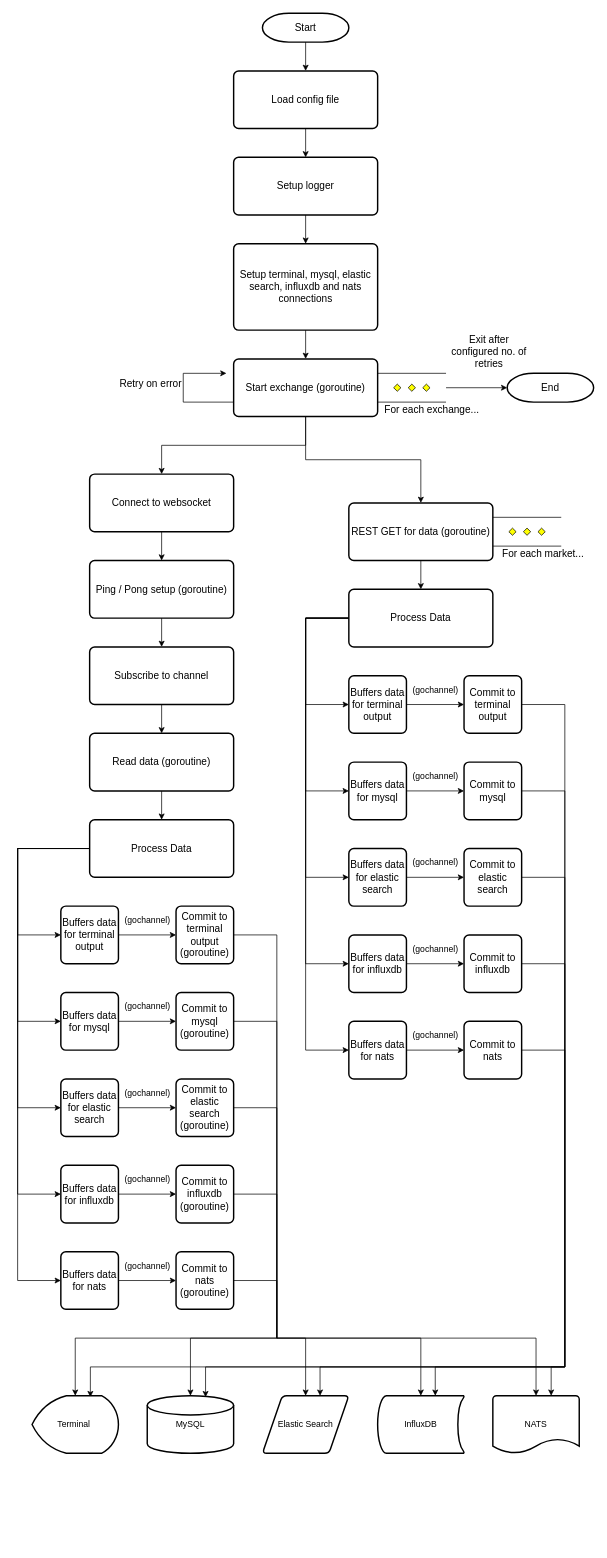
Before: docs/architecture.drawio in ismakov-dh/cryptogalaxy, a draw.io diagram. Source tidied: cells renumbered, new cells numbered last; positions are measured from the earlier drawing's top-left corner, leaving out a move shared by most shapes. Both pictures are drawn from the tidied source at 72%, with x=0, y=0 at pixel (17, 13).
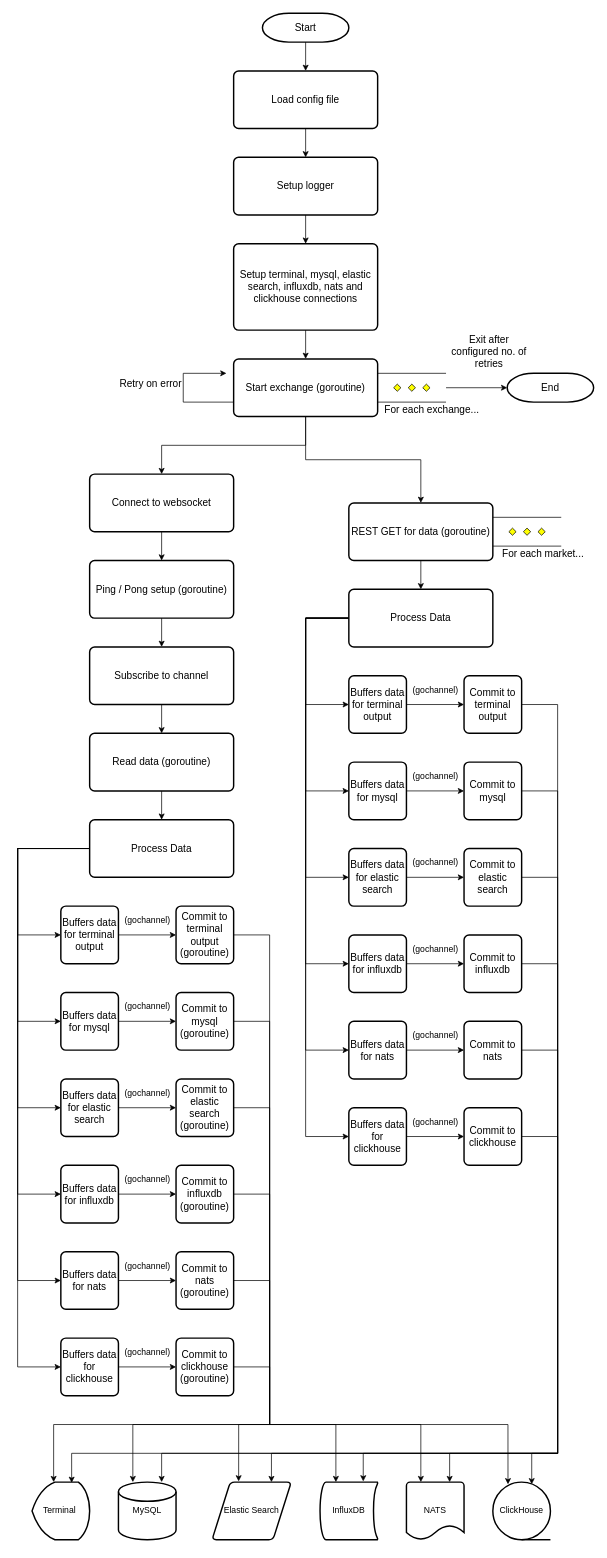
After the change.

The change refers to these unchanged cells:
```xml
<mxCell id="30" value="&lt;font style=&quot;font-size: 14px&quot;&gt;Process Data&lt;/font&gt;" style="rounded=1;whiteSpace=wrap;html=1;absoluteArcSize=1;arcSize=14;strokeWidth=2;" parent="1" vertex="1">
  <mxGeometry x="100" y="1120" width="200" height="80" as="geometry" />
</mxCell>
<mxCell id="44" value="&lt;font style=&quot;font-size: 14px&quot;&gt;Process Data&lt;/font&gt;" style="rounded=1;whiteSpace=wrap;html=1;absoluteArcSize=1;arcSize=14;strokeWidth=2;" parent="1" vertex="1">
  <mxGeometry x="460" y="800" width="200" height="80" as="geometry" />
</mxCell>
<mxCell id="58" value="&lt;font style=&quot;font-size: 14px&quot;&gt;Commit to terminal output (goroutine)&lt;/font&gt;" style="rounded=1;whiteSpace=wrap;html=1;absoluteArcSize=1;arcSize=14;strokeWidth=2;" parent="1" vertex="1">
  <mxGeometry x="220" y="1240" width="80" height="80" as="geometry" />
</mxCell>
<mxCell id="60" value="&lt;font style=&quot;font-size: 14px&quot;&gt;Commit to mysql (goroutine)&lt;/font&gt;" style="rounded=1;whiteSpace=wrap;html=1;absoluteArcSize=1;arcSize=14;strokeWidth=2;" parent="1" vertex="1">
  <mxGeometry x="220" y="1360" width="80" height="80" as="geometry" />
</mxCell>
<mxCell id="62" value="&lt;font style=&quot;font-size: 14px&quot;&gt;Commit to elastic search (goroutine)&lt;/font&gt;" style="rounded=1;whiteSpace=wrap;html=1;absoluteArcSize=1;arcSize=14;strokeWidth=2;" parent="1" vertex="1">
  <mxGeometry x="220" y="1480" width="80" height="80" as="geometry" />
</mxCell>
<mxCell id="64" value="&lt;font style=&quot;font-size: 14px&quot;&gt;Commit to terminal output&lt;/font&gt;" style="rounded=1;whiteSpace=wrap;html=1;absoluteArcSize=1;arcSize=14;strokeWidth=2;" parent="1" vertex="1">
  <mxGeometry x="620" y="920" width="80" height="80" as="geometry" />
</mxCell>
<mxCell id="66" value="&lt;font style=&quot;font-size: 14px&quot;&gt;Commit to mysql&lt;/font&gt;" style="rounded=1;whiteSpace=wrap;html=1;absoluteArcSize=1;arcSize=14;strokeWidth=2;" parent="1" vertex="1">
  <mxGeometry x="620" y="1040" width="80" height="80" as="geometry" />
</mxCell>
<mxCell id="68" value="&lt;font style=&quot;font-size: 14px&quot;&gt;Commit to elastic search&lt;/font&gt;" style="rounded=1;whiteSpace=wrap;html=1;absoluteArcSize=1;arcSize=14;strokeWidth=2;" parent="1" vertex="1">
  <mxGeometry x="620" y="1160" width="80" height="80" as="geometry" />
</mxCell>
<mxCell id="77" value="&lt;font style=&quot;font-size: 14px&quot;&gt;Commit to influxdb (goroutine)&lt;/font&gt;" style="rounded=1;whiteSpace=wrap;html=1;absoluteArcSize=1;arcSize=14;strokeWidth=2;" parent="1" vertex="1">
  <mxGeometry x="220" y="1600" width="80" height="80" as="geometry" />
</mxCell>
<mxCell id="81" value="&lt;font style=&quot;font-size: 14px&quot;&gt;Commit to influxdb&lt;/font&gt;" style="rounded=1;whiteSpace=wrap;html=1;absoluteArcSize=1;arcSize=14;strokeWidth=2;" parent="1" vertex="1">
  <mxGeometry x="620" y="1280" width="80" height="80" as="geometry" />
</mxCell>
<mxCell id="85" value="&lt;font style=&quot;font-size: 14px&quot;&gt;Commit to nats (goroutine)&lt;/font&gt;" style="rounded=1;whiteSpace=wrap;html=1;absoluteArcSize=1;arcSize=14;strokeWidth=2;" parent="1" vertex="1">
  <mxGeometry x="220" y="1720" width="80" height="80" as="geometry" />
</mxCell>
<mxCell id="89" value="&lt;font style=&quot;font-size: 14px&quot;&gt;Commit to nats&lt;/font&gt;" style="rounded=1;whiteSpace=wrap;html=1;absoluteArcSize=1;arcSize=14;strokeWidth=2;" parent="1" vertex="1">
  <mxGeometry x="620" y="1400" width="80" height="80" as="geometry" />
</mxCell>
```

The edit, as a diff of the source:
```diff
@@
-    <mxCell id="10" value="&lt;font style=&quot;font-size: 14px&quot;&gt;Setup terminal, mysql, elastic search, influxdb and nats connections&lt;/font&gt;" style="rounded=1;whiteSpace=wrap;html=1;absoluteArcSize=1;arcSize=14;strokeWidth=2;" parent="1" vertex="1">
+    <mxCell id="10" value="&lt;font style=&quot;font-size: 14px&quot;&gt;Setup terminal, mysql, elastic search, influxdb, nats and clickhouse connections&lt;/font&gt;" style="rounded=1;whiteSpace=wrap;html=1;absoluteArcSize=1;arcSize=14;strokeWidth=2;" parent="1" vertex="1">
       <mxGeometry x="300" y="320" width="200" height="120" as="geometry" />
     </mxCell>
@@
+    <mxCell id="101" style="edgeStyle=orthogonalEdgeStyle;rounded=0;jettySize=auto;html=1;entryX=0;entryY=0.5;entryDx=0;entryDy=0;" parent="1" edge="1" source="30" target="105">
+      <mxGeometry relative="1" as="geometry">
+        <Array as="points">
+          <mxPoint y="1160" />
+          <mxPoint y="1880" />
+        </Array>
+      </mxGeometry>
+    </mxCell>
@@
+    <mxCell id="102" style="edgeStyle=orthogonalEdgeStyle;rounded=0;jettySize=auto;html=1;entryX=0;entryY=0.5;entryDx=0;entryDy=0;" parent="1" edge="1" source="44" target="110">
+      <mxGeometry relative="1" as="geometry">
+        <Array as="points">
+          <mxPoint x="400" y="840" />
+          <mxPoint x="400" y="1560" />
+        </Array>
+      </mxGeometry>
+    </mxCell>
@@
-    <mxCell id="57" style="edgeStyle=orthogonalEdgeStyle;rounded=0;jettySize=auto;html=1;exitX=1;exitY=0.5;exitDx=0;exitDy=0;entryX=0.5;entryY=0;entryDx=0;entryDy=0;entryPerimeter=0;" parent="1" edge="1" source="58" target="69">
+    <mxCell id="57" style="edgeStyle=orthogonalEdgeStyle;rounded=0;jettySize=auto;html=1;exitX=1;exitY=0.5;exitDx=0;exitDy=0;entryX=0.375;entryY=0;entryDx=0;entryDy=0;entryPerimeter=0;" parent="1" edge="1" source="58" target="69">
       <mxGeometry relative="1" as="geometry">
         <Array as="points">
-          <mxPoint x="360" y="1280" />
-          <mxPoint x="360" y="1840" />
-          <mxPoint x="80" y="1840" />
+          <mxPoint x="350" y="1280" />
+          <mxPoint x="350" y="1960" />
+          <mxPoint x="50" y="1960" />
         </Array>
       </mxGeometry>
     </mxCell>
@@
-    <mxCell id="59" style="edgeStyle=orthogonalEdgeStyle;rounded=0;jettySize=auto;html=1;exitX=1;exitY=0.5;exitDx=0;exitDy=0;entryX=0.5;entryY=0;entryDx=0;entryDy=0;entryPerimeter=0;" parent="1" edge="1" source="60" target="70">
+    <mxCell id="59" style="edgeStyle=orthogonalEdgeStyle;rounded=0;jettySize=auto;html=1;entryX=0.25;entryY=0;entryDx=0;entryDy=0;entryPerimeter=0;" parent="1" edge="1" source="60" target="70">
       <mxGeometry relative="1" as="geometry">
         <Array as="points">
-          <mxPoint x="360" y="1400" />
-          <mxPoint x="360" y="1840" />
-          <mxPoint x="240" y="1840" />
+          <mxPoint x="350" y="1400" />
+          <mxPoint x="350" y="1960" />
+          <mxPoint x="160" y="1960" />
         </Array>
       </mxGeometry>
     </mxCell>
@@
-    <mxCell id="61" style="edgeStyle=orthogonalEdgeStyle;rounded=0;jettySize=auto;html=1;entryX=0.5;entryY=0;entryDx=0;entryDy=0;" parent="1" edge="1" source="62" target="71">
+    <mxCell id="61" style="edgeStyle=orthogonalEdgeStyle;rounded=0;jettySize=auto;html=1;entryX=0.336;entryY=-0.012;entryDx=0;entryDy=0;entryPerimeter=0;" parent="1" edge="1" source="62" target="71">
       <mxGeometry relative="1" as="geometry">
         <Array as="points">
-          <mxPoint x="360" y="1520" />
-          <mxPoint x="360" y="1840" />
-          <mxPoint x="400" y="1840" />
+          <mxPoint x="350" y="1520" />
+          <mxPoint x="350" y="1960" />
+          <mxPoint x="307" y="1960" />
         </Array>
       </mxGeometry>
     </mxCell>
@@
-    <mxCell id="63" style="edgeStyle=orthogonalEdgeStyle;rounded=0;jettySize=auto;html=1;exitX=1;exitY=0.5;exitDx=0;exitDy=0;entryX=0.675;entryY=0.025;entryDx=0;entryDy=0;entryPerimeter=0;" parent="1" edge="1" source="64" target="69">
+    <mxCell id="63" style="edgeStyle=orthogonalEdgeStyle;rounded=0;jettySize=auto;html=1;entryX=0.688;entryY=0.013;entryDx=0;entryDy=0;entryPerimeter=0;" parent="1" edge="1" source="64" target="69">
       <mxGeometry relative="1" as="geometry">
         <Array as="points">
-          <mxPoint x="760" y="960" />
-          <mxPoint x="760" y="1880" />
-          <mxPoint x="101" y="1880" />
+          <mxPoint x="750" y="960" />
+          <mxPoint x="750" y="2000" />
+          <mxPoint x="75" y="2000" />
         </Array>
       </mxGeometry>
     </mxCell>
@@
-    <mxCell id="65" style="edgeStyle=orthogonalEdgeStyle;rounded=0;jettySize=auto;html=1;exitX=1;exitY=0.5;exitDx=0;exitDy=0;entryX=0.675;entryY=0.025;entryDx=0;entryDy=0;entryPerimeter=0;" parent="1" edge="1" source="66" target="70">
+    <mxCell id="65" style="edgeStyle=orthogonalEdgeStyle;rounded=0;jettySize=auto;html=1;exitX=1;exitY=0.5;exitDx=0;exitDy=0;entryX=0.75;entryY=0;entryDx=0;entryDy=0;entryPerimeter=0;" parent="1" edge="1" source="66" target="70">
       <mxGeometry relative="1" as="geometry">
         <Array as="points">
-          <mxPoint x="760" y="1080" />
-          <mxPoint x="760" y="1880" />
-          <mxPoint x="261" y="1880" />
+          <mxPoint x="750" y="1080" />
+          <mxPoint x="750" y="2000" />
+          <mxPoint x="200" y="2000" />
         </Array>
       </mxGeometry>
     </mxCell>
@@
-    <mxCell id="67" style="edgeStyle=orthogonalEdgeStyle;rounded=0;jettySize=auto;html=1;exitX=1;exitY=0.5;exitDx=0;exitDy=0;entryX=0.667;entryY=0;entryDx=0;entryDy=0;entryPerimeter=0;" parent="1" edge="1" source="68" target="71">
+    <mxCell id="67" style="edgeStyle=orthogonalEdgeStyle;rounded=0;jettySize=auto;html=1;exitX=1;exitY=0.5;exitDx=0;exitDy=0;entryX=0.75;entryY=0;entryDx=0;entryDy=0;" parent="1" edge="1" source="68" target="71">
       <mxGeometry relative="1" as="geometry">
         <Array as="points">
-          <mxPoint x="760" y="1200" />
-          <mxPoint x="760" y="1880" />
-          <mxPoint x="420" y="1880" />
+          <mxPoint x="750" y="1200" />
+          <mxPoint x="750" y="2000" />
+          <mxPoint x="353" y="2000" />
         </Array>
       </mxGeometry>
     </mxCell>
@@
     <mxCell id="69" value="Terminal&amp;nbsp;" style="strokeWidth=2;html=1;shape=mxgraph.flowchart.display;whiteSpace=wrap;" parent="1" vertex="1">
-      <mxGeometry x="20" y="1920" width="120" height="80" as="geometry" />
+      <mxGeometry x="20" y="2040" width="80" height="80" as="geometry" />
     </mxCell>
     <mxCell id="70" value="MySQL" style="strokeWidth=2;html=1;shape=mxgraph.flowchart.database;whiteSpace=wrap;" parent="1" vertex="1">
-      <mxGeometry x="180" y="1920" width="120" height="80" as="geometry" />
+      <mxGeometry x="140" y="2040" width="80" height="80" as="geometry" />
     </mxCell>
     <mxCell id="71" value="Elastic Search" style="shape=parallelogram;html=1;strokeWidth=2;perimeter=parallelogramPerimeter;whiteSpace=wrap;rounded=1;arcSize=12;size=0.23;" parent="1" vertex="1">
-      <mxGeometry x="340" y="1920" width="120" height="80" as="geometry" />
+      <mxGeometry x="270" y="2040" width="110" height="80" as="geometry" />
     </mxCell>
@@
     <mxCell id="73" value="InfluxDB" style="strokeWidth=2;html=1;shape=mxgraph.flowchart.stored_data;whiteSpace=wrap;" parent="1" vertex="1">
-      <mxGeometry x="500" y="1920" width="120" height="80" as="geometry" />
+      <mxGeometry x="420" y="2040" width="80" height="80" as="geometry" />
     </mxCell>
@@
-    <mxCell id="76" style="edgeStyle=orthogonalEdgeStyle;rounded=0;jettySize=auto;html=1;exitX=1;exitY=0.5;exitDx=0;exitDy=0;entryX=0.5;entryY=0;entryDx=0;entryDy=0;entryPerimeter=0;" parent="1" edge="1" source="77" target="73">
+    <mxCell id="76" style="edgeStyle=orthogonalEdgeStyle;rounded=0;jettySize=auto;html=1;entryX=0.275;entryY=0;entryDx=0;entryDy=0;entryPerimeter=0;" parent="1" edge="1" source="77" target="73">
       <mxGeometry relative="1" as="geometry">
         <Array as="points">
-          <mxPoint x="360" y="1640" />
-          <mxPoint x="360" y="1840" />
-          <mxPoint x="560" y="1840" />
+          <mxPoint x="350" y="1640" />
+          <mxPoint x="350" y="1960" />
+          <mxPoint x="442" y="1960" />
         </Array>
       </mxGeometry>
     </mxCell>
@@
-    <mxCell id="80" style="edgeStyle=orthogonalEdgeStyle;rounded=0;jettySize=auto;html=1;entryX=0.667;entryY=0;entryDx=0;entryDy=0;entryPerimeter=0;" parent="1" edge="1" source="81" target="73">
+    <mxCell id="80" style="edgeStyle=orthogonalEdgeStyle;rounded=0;jettySize=auto;html=1;entryX=0.75;entryY=-0.012;entryDx=0;entryDy=0;entryPerimeter=0;" parent="1" edge="1" source="81" target="73">
       <mxGeometry relative="1" as="geometry">
         <Array as="points">
-          <mxPoint x="760" y="1320" />
-          <mxPoint x="760" y="1880" />
-          <mxPoint x="580" y="1880" />
+          <mxPoint x="750" y="1320" />
+          <mxPoint x="750" y="2000" />
+          <mxPoint x="480" y="2000" />
         </Array>
       </mxGeometry>
     </mxCell>
@@
-    <mxCell id="84" style="edgeStyle=orthogonalEdgeStyle;rounded=0;jettySize=auto;html=1;exitX=1;exitY=0.5;exitDx=0;exitDy=0;entryX=0.5;entryY=0;entryDx=0;entryDy=0;entryPerimeter=0;" parent="1" edge="1" source="85" target="90">
+    <mxCell id="84" style="edgeStyle=orthogonalEdgeStyle;rounded=0;jettySize=auto;html=1;exitX=1;exitY=0.5;exitDx=0;exitDy=0;entryX=0.25;entryY=0;entryDx=0;entryDy=0;entryPerimeter=0;" parent="1" edge="1" source="85" target="90">
       <mxGeometry relative="1" as="geometry">
         <Array as="points">
-          <mxPoint x="360" y="1760" />
-          <mxPoint x="360" y="1840" />
-          <mxPoint x="720" y="1840" />
+          <mxPoint x="350" y="1760" />
+          <mxPoint x="350" y="1960" />
+          <mxPoint x="560" y="1960" />
         </Array>
       </mxGeometry>
     </mxCell>
@@
-    <mxCell id="88" style="edgeStyle=orthogonalEdgeStyle;rounded=0;jettySize=auto;html=1;entryX=0.675;entryY=0;entryDx=0;entryDy=0;entryPerimeter=0;" parent="1" edge="1" source="89" target="90">
+    <mxCell id="88" style="edgeStyle=orthogonalEdgeStyle;rounded=0;jettySize=auto;html=1;entryX=0.75;entryY=0;entryDx=0;entryDy=0;entryPerimeter=0;" parent="1" edge="1" source="89" target="90">
       <mxGeometry relative="1" as="geometry">
         <Array as="points">
-          <mxPoint x="760" y="1440" />
-          <mxPoint x="760" y="1880" />
-          <mxPoint x="741" y="1880" />
+          <mxPoint x="750" y="1440" />
+          <mxPoint x="750" y="2000" />
+          <mxPoint x="600" y="2000" />
         </Array>
       </mxGeometry>
     </mxCell>
@@
     <mxCell id="90" value="NATS" style="strokeWidth=2;html=1;shape=mxgraph.flowchart.document2;whiteSpace=wrap;size=0.25;" parent="1" vertex="1">
-      <mxGeometry x="660" y="1920" width="120" height="80" as="geometry" />
+      <mxGeometry x="540" y="2040" width="80" height="80" as="geometry" />
     </mxCell>
@@
+    <mxCell id="103" value="ClickHouse" style="strokeWidth=2;html=1;shape=mxgraph.flowchart.sequential_data;whiteSpace=wrap;" parent="1" vertex="1">
+      <mxGeometry x="660" y="2040" width="80" height="80" as="geometry" />
+    </mxCell>
+    <mxCell id="104" style="edgeStyle=orthogonalEdgeStyle;rounded=0;jettySize=auto;html=1;" parent="1" edge="1" source="105" target="107">
+      <mxGeometry relative="1" as="geometry" />
+    </mxCell>
+    <mxCell id="105" value="&lt;font style=&quot;font-size: 14px&quot;&gt;Buffers data for clickhouse&lt;/font&gt;" style="rounded=1;whiteSpace=wrap;html=1;absoluteArcSize=1;arcSize=14;strokeWidth=2;" parent="1" vertex="1">
+      <mxGeometry x="60" y="1840" width="80" height="80" as="geometry" />
+    </mxCell>
+    <mxCell id="106" style="edgeStyle=orthogonalEdgeStyle;rounded=0;jettySize=auto;html=1;entryX=0.263;entryY=0.038;entryDx=0;entryDy=0;entryPerimeter=0;" parent="1" edge="1" source="107" target="103">
+      <mxGeometry relative="1" as="geometry">
+        <Array as="points">
+          <mxPoint x="350" y="1880" />
+          <mxPoint x="350" y="1960" />
+          <mxPoint x="681" y="1960" />
+        </Array>
+      </mxGeometry>
+    </mxCell>
+    <mxCell id="107" value="&lt;font style=&quot;font-size: 14px&quot;&gt;Commit to clickhouse (goroutine)&lt;/font&gt;" style="rounded=1;whiteSpace=wrap;html=1;absoluteArcSize=1;arcSize=14;strokeWidth=2;" parent="1" vertex="1">
+      <mxGeometry x="220" y="1840" width="80" height="80" as="geometry" />
+    </mxCell>
+    <mxCell id="108" value="(gochannel)" style="text;html=1;align=center;verticalAlign=middle;strokeColor=none;" parent="1" vertex="1">
+      <mxGeometry x="140" y="1850" width="80" height="20" as="geometry" />
+    </mxCell>
+    <mxCell id="109" style="edgeStyle=orthogonalEdgeStyle;rounded=0;jettySize=auto;html=1;" parent="1" edge="1" source="110" target="112">
+      <mxGeometry relative="1" as="geometry" />
+    </mxCell>
+    <mxCell id="110" value="&lt;font style=&quot;font-size: 14px&quot;&gt;Buffers data for clickhouse&lt;/font&gt;" style="rounded=1;whiteSpace=wrap;html=1;absoluteArcSize=1;arcSize=14;strokeWidth=2;" parent="1" vertex="1">
+      <mxGeometry x="460" y="1520" width="80" height="80" as="geometry" />
+    </mxCell>
+    <mxCell id="111" style="edgeStyle=orthogonalEdgeStyle;rounded=0;jettySize=auto;html=1;entryX=0.675;entryY=0.038;entryDx=0;entryDy=0;entryPerimeter=0;" parent="1" edge="1" source="112" target="103">
+      <mxGeometry relative="1" as="geometry">
+        <Array as="points">
+          <mxPoint x="750" y="1560" />
+          <mxPoint x="750" y="2000" />
+          <mxPoint x="714" y="2000" />
+        </Array>
+      </mxGeometry>
+    </mxCell>
+    <mxCell id="112" value="&lt;font style=&quot;font-size: 14px&quot;&gt;Commit to clickhouse&lt;/font&gt;" style="rounded=1;whiteSpace=wrap;html=1;absoluteArcSize=1;arcSize=14;strokeWidth=2;" parent="1" vertex="1">
+      <mxGeometry x="620" y="1520" width="80" height="80" as="geometry" />
+    </mxCell>
+    <mxCell id="113" value="(gochannel)" style="text;html=1;align=center;verticalAlign=middle;strokeColor=none;" parent="1" vertex="1">
+      <mxGeometry x="540" y="1530" width="80" height="20" as="geometry" />
+    </mxCell>
```
